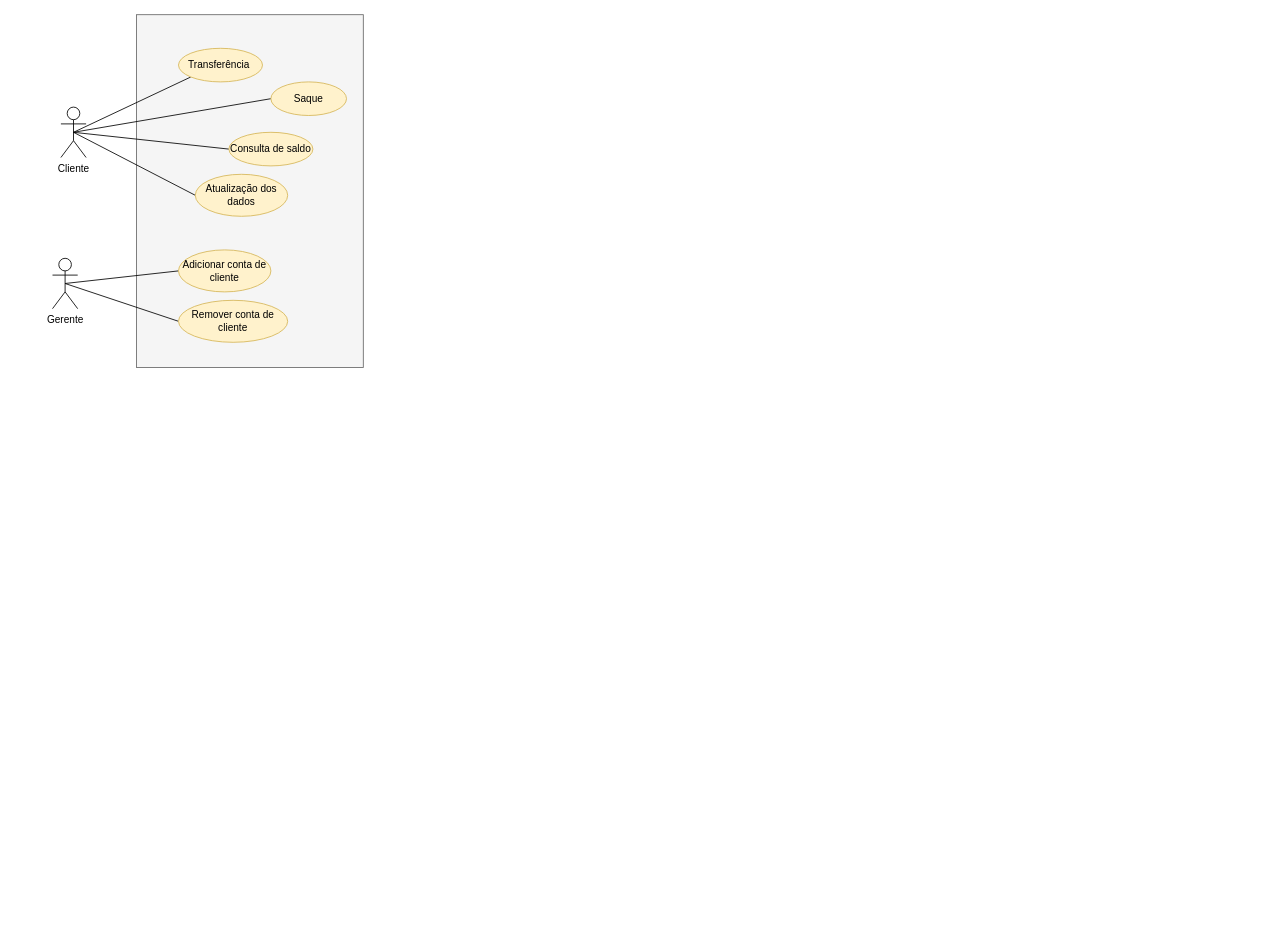
Arthurzinho02/Android keeps this draw.io diagram as Atividade_Thigas.drawio. Above is the earlier version. Source tidied: cells renumbered, new cells numbered last; positions are measured from the earlier drawing's top-left corner, leaving out a move shared by most shapes. Both pictures are drawn from the tidied source at 84%, with x=0, y=0 at pixel (52, 14).
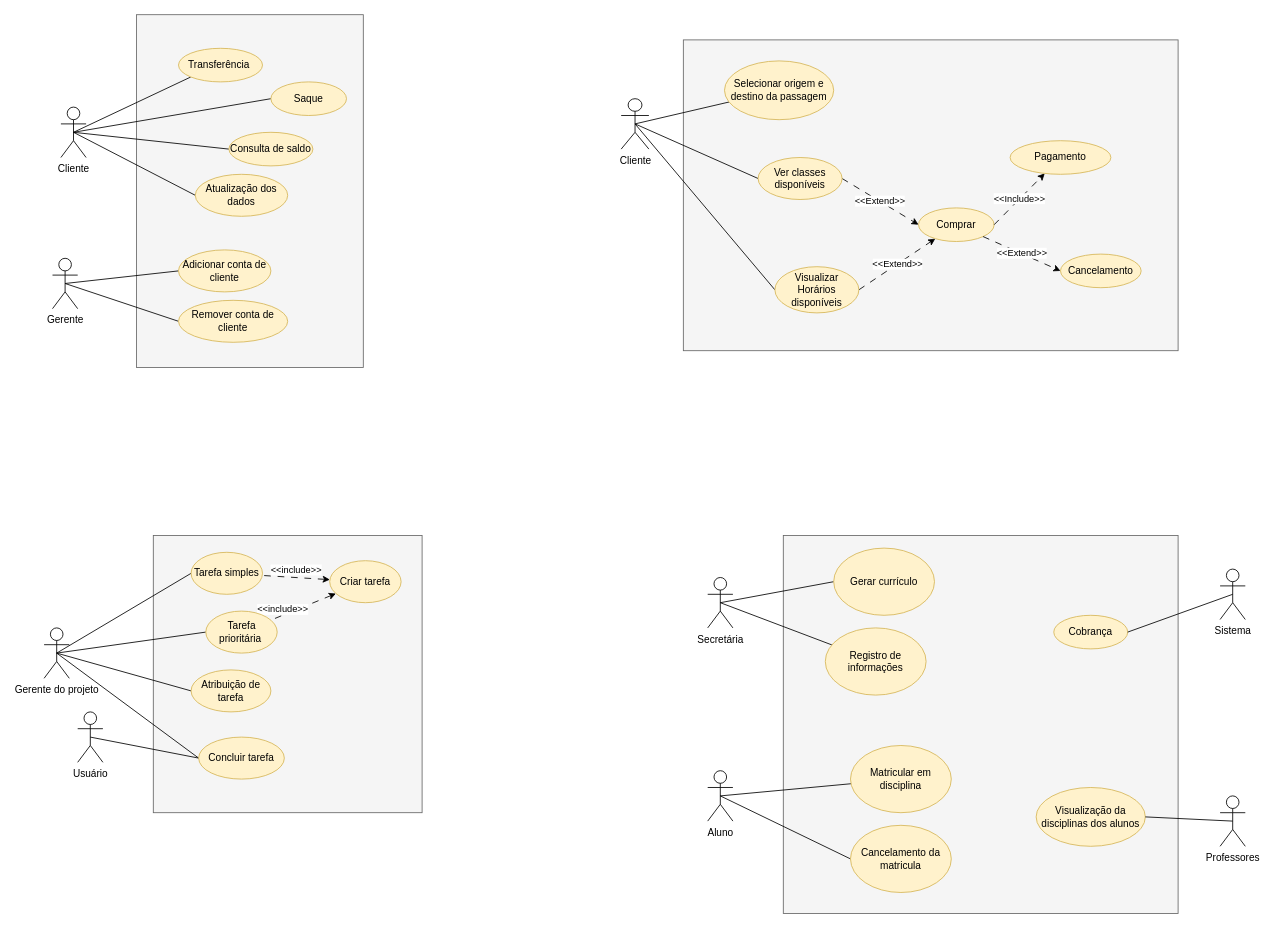
The same diagram, later.

What changed in the source:
```diff
@@
+    <mxCell id="17" style="rounded=0;whiteSpace=wrap;html=1;fillColor=#f5f5f5;fontColor=#333333;strokeColor=#666666;" parent="1" vertex="1">
+      <mxGeometry x="870" y="620" width="470" height="450" as="geometry" />
+    </mxCell>
@@
+    <mxCell id="18" style="rounded=0;whiteSpace=wrap;html=1;fillColor=#F5F5F5;fontColor=#333333;strokeColor=#666666;" parent="1" vertex="1">
+      <mxGeometry x="120" y="620" width="320" height="330" as="geometry" />
+    </mxCell>
+    <mxCell id="19" style="rounded=0;jettySize=auto;html=1;exitX=0.5;exitY=0.5;exitDx=0;exitDy=0;exitPerimeter=0;entryX=0;entryY=0.5;entryDx=0;entryDy=0;endArrow=none;endFill=0;" parent="1" edge="1" source="20" target="29">
+      <mxGeometry relative="1" as="geometry" />
+    </mxCell>
+    <mxCell id="20" value="Usuário" style="shape=umlActor;verticalLabelPosition=bottom;verticalAlign=top;html=1;outlineConnect=0;" parent="1" vertex="1">
+      <mxGeometry x="30" y="830" width="30" height="60" as="geometry" />
+    </mxCell>
+    <mxCell id="21" style="rounded=0;jettySize=auto;html=1;exitX=0.5;exitY=0.5;exitDx=0;exitDy=0;exitPerimeter=0;entryX=0;entryY=0.5;entryDx=0;entryDy=0;endArrow=none;endFill=0;" parent="1" edge="1" source="25" target="30">
+      <mxGeometry relative="1" as="geometry" />
+    </mxCell>
+    <mxCell id="22" style="rounded=0;jettySize=auto;html=1;exitX=0.5;exitY=0.5;exitDx=0;exitDy=0;exitPerimeter=0;entryX=0;entryY=0.5;entryDx=0;entryDy=0;endArrow=none;endFill=0;" parent="1" edge="1" source="25" target="29">
+      <mxGeometry relative="1" as="geometry" />
+    </mxCell>
+    <mxCell id="23" style="rounded=0;jettySize=auto;html=1;exitX=0.5;exitY=0.5;exitDx=0;exitDy=0;exitPerimeter=0;entryX=0;entryY=0.5;entryDx=0;entryDy=0;endArrow=none;endFill=0;" parent="1" edge="1" source="25" target="31">
+      <mxGeometry relative="1" as="geometry" />
+    </mxCell>
+    <mxCell id="24" style="rounded=0;jettySize=auto;html=1;exitX=0.5;exitY=0.5;exitDx=0;exitDy=0;exitPerimeter=0;entryX=0;entryY=0.5;entryDx=0;entryDy=0;endArrow=none;endFill=0;" parent="1" edge="1" source="25" target="32">
+      <mxGeometry relative="1" as="geometry" />
+    </mxCell>
+    <mxCell id="25" value="Gerente do projeto" style="shape=umlActor;verticalLabelPosition=bottom;verticalAlign=top;html=1;outlineConnect=0;" parent="1" vertex="1">
+      <mxGeometry x="-10" y="730" width="30" height="60" as="geometry" />
+    </mxCell>
+    <mxCell id="26" value="&amp;lt;&amp;lt;include&amp;gt;&amp;gt;" style="rounded=0;jettySize=auto;html=1;endArrow=none;endFill=0;labelPosition=center;verticalLabelPosition=top;align=center;verticalAlign=bottom;dashed=1;dashPattern=8 8;fillColor=#f5f5f5;strokeColor=#000000;startArrow=classic;startFill=1;" parent="1" edge="1" source="28" target="31">
+      <mxGeometry relative="1" as="geometry" />
+    </mxCell>
+    <mxCell id="27" value="&amp;lt;&amp;lt;include&amp;gt;&amp;gt;" style="rounded=0;jettySize=auto;html=1;endArrow=none;endFill=0;labelPosition=center;verticalLabelPosition=top;align=center;verticalAlign=bottom;dashed=1;dashPattern=8 8;startArrow=classic;startFill=1;" parent="1" edge="1" source="28" target="32">
+      <mxGeometry x="0.66" y="2" relative="1" as="geometry" />
+    </mxCell>
+    <mxCell id="28" value="Criar tarefa" style="ellipse;whiteSpace=wrap;html=1;fillColor=#fff2cc;strokeColor=#d6b656;" parent="1" vertex="1">
+      <mxGeometry x="330" y="650" width="85" height="50" as="geometry" />
+    </mxCell>
+    <mxCell id="29" value="Concluir tarefa" style="ellipse;whiteSpace=wrap;html=1;fillColor=#fff2cc;strokeColor=#d6b656;" parent="1" vertex="1">
+      <mxGeometry x="174" y="860" width="102" height="50" as="geometry" />
+    </mxCell>
+    <mxCell id="30" value="Atribuição de tarefa" style="ellipse;whiteSpace=wrap;html=1;fillColor=#fff2cc;strokeColor=#d6b656;" parent="1" vertex="1">
+      <mxGeometry x="165" y="780" width="95" height="50" as="geometry" />
+    </mxCell>
+    <mxCell id="31" value="Tarefa simples" style="ellipse;whiteSpace=wrap;html=1;fillColor=#fff2cc;strokeColor=#d6b656;" parent="1" vertex="1">
+      <mxGeometry x="165" y="640" width="85" height="50" as="geometry" />
+    </mxCell>
+    <mxCell id="32" value="Tarefa prioritária&amp;nbsp;" style="ellipse;whiteSpace=wrap;html=1;fillColor=#fff2cc;strokeColor=#d6b656;" parent="1" vertex="1">
+      <mxGeometry x="182.5" y="710" width="85" height="50" as="geometry" />
+    </mxCell>
+    <mxCell id="33" style="edgeStyle=orthogonalEdgeStyle;rounded=0;orthogonalLoop=1;jettySize=auto;html=1;exitX=0.5;exitY=1;exitDx=0;exitDy=0;" parent="1" edge="1" source="18" target="18">
+      <mxGeometry relative="1" as="geometry" />
+    </mxCell>
+    <mxCell id="34" style="rounded=0;whiteSpace=wrap;html=1;fillColor=#f5f5f5;fontColor=#333333;strokeColor=#666666;" parent="1" vertex="1">
+      <mxGeometry x="751" y="30" width="589" height="370" as="geometry" />
+    </mxCell>
+    <mxCell id="35" style="rounded=0;jettySize=auto;html=1;endArrow=none;endFill=0;exitX=0.5;exitY=0.5;exitDx=0;exitDy=0;exitPerimeter=0;" parent="1" edge="1" source="38" target="39">
+      <mxGeometry relative="1" as="geometry" />
+    </mxCell>
+    <mxCell id="36" style="rounded=0;jettySize=auto;html=1;exitX=0.5;exitY=0.5;exitDx=0;exitDy=0;exitPerimeter=0;entryX=0;entryY=0.5;entryDx=0;entryDy=0;endArrow=none;endFill=0;" parent="1" edge="1" source="38" target="41">
+      <mxGeometry relative="1" as="geometry" />
+    </mxCell>
+    <mxCell id="37" style="rounded=0;jettySize=auto;html=1;exitX=0.5;exitY=0.5;exitDx=0;exitDy=0;exitPerimeter=0;entryX=0;entryY=0.5;entryDx=0;entryDy=0;endArrow=none;endFill=0;" parent="1" edge="1" source="38" target="48">
+      <mxGeometry relative="1" as="geometry" />
+    </mxCell>
+    <mxCell id="38" value="Cliente" style="shape=umlActor;verticalLabelPosition=bottom;verticalAlign=top;html=1;outlineConnect=0;" parent="1" vertex="1">
+      <mxGeometry x="677" y="100" width="33" height="60" as="geometry" />
+    </mxCell>
+    <mxCell id="39" value="Selecionar origem e destino da passagem" style="ellipse;whiteSpace=wrap;html=1;fillColor=#fff2cc;strokeColor=#d6b656;" parent="1" vertex="1">
+      <mxGeometry x="800" y="55" width="130" height="70" as="geometry" />
+    </mxCell>
+    <mxCell id="40" value="&amp;lt;&amp;lt;Extend&amp;gt;&amp;gt;" style="rounded=0;jettySize=auto;html=1;exitX=1;exitY=0.5;exitDx=0;exitDy=0;dashed=1;dashPattern=8 8;" parent="1" edge="1" source="41" target="42">
+      <mxGeometry relative="1" as="geometry" />
+    </mxCell>
+    <mxCell id="41" value="Visualizar Horários disponíveis" style="ellipse;whiteSpace=wrap;html=1;fillColor=#fff2cc;strokeColor=#d6b656;" parent="1" vertex="1">
+      <mxGeometry x="860" y="300" width="100" height="55" as="geometry" />
+    </mxCell>
+    <mxCell id="42" value="Comprar" style="ellipse;whiteSpace=wrap;html=1;fillColor=#fff2cc;strokeColor=#d6b656;" parent="1" vertex="1">
+      <mxGeometry x="1031" y="230" width="90" height="40" as="geometry" />
+    </mxCell>
+    <mxCell id="43" value="&amp;lt;&amp;lt;Extend&amp;gt;&amp;gt;" style="rounded=0;jettySize=auto;html=1;exitX=1;exitY=1;exitDx=0;exitDy=0;entryX=0;entryY=0.5;entryDx=0;entryDy=0;dashed=1;dashPattern=8 8;" parent="1" edge="1" source="42" target="46">
+      <mxGeometry relative="1" as="geometry" />
+    </mxCell>
+    <mxCell id="44" value="&amp;lt;&amp;lt;Include&amp;gt;&amp;gt;" style="rounded=0;jettySize=auto;html=1;exitX=1;exitY=0.5;exitDx=0;exitDy=0;dashed=1;dashPattern=8 8;" parent="1" edge="1" source="42" target="45">
+      <mxGeometry relative="1" as="geometry" />
+    </mxCell>
+    <mxCell id="45" value="Pagamento" style="ellipse;whiteSpace=wrap;html=1;fillColor=#fff2cc;strokeColor=#d6b656;" parent="1" vertex="1">
+      <mxGeometry x="1140" y="150" width="120" height="40" as="geometry" />
+    </mxCell>
+    <mxCell id="46" value="Cancelamento" style="ellipse;whiteSpace=wrap;html=1;fillColor=#fff2cc;strokeColor=#d6b656;" parent="1" vertex="1">
+      <mxGeometry x="1200" y="285" width="96" height="40" as="geometry" />
+    </mxCell>
+    <mxCell id="47" value="&amp;lt;&amp;lt;Extend&amp;gt;&amp;gt;" style="rounded=0;jettySize=auto;html=1;exitX=1;exitY=0.5;exitDx=0;exitDy=0;entryX=0;entryY=0.5;entryDx=0;entryDy=0;dashed=1;dashPattern=8 8;" parent="1" edge="1" source="48" target="42">
+      <mxGeometry relative="1" as="geometry" />
+    </mxCell>
+    <mxCell id="48" value="Ver classes disponíveis" style="ellipse;whiteSpace=wrap;html=1;fillColor=#fff2cc;strokeColor=#d6b656;" parent="1" vertex="1">
+      <mxGeometry x="840" y="170" width="100" height="50" as="geometry" />
+    </mxCell>
+    <mxCell id="49" style="rounded=0;jettySize=auto;html=1;exitX=0.5;exitY=0.5;exitDx=0;exitDy=0;exitPerimeter=0;endArrow=none;endFill=0;" parent="1" edge="1" source="51" target="53">
+      <mxGeometry relative="1" as="geometry" />
+    </mxCell>
+    <mxCell id="50" style="rounded=0;jettySize=auto;html=1;exitX=0.5;exitY=0.5;exitDx=0;exitDy=0;exitPerimeter=0;entryX=0;entryY=0.5;entryDx=0;entryDy=0;endArrow=none;endFill=0;" parent="1" edge="1" source="51" target="52">
+      <mxGeometry relative="1" as="geometry" />
+    </mxCell>
+    <mxCell id="51" value="Secretária" style="shape=umlActor;verticalLabelPosition=bottom;verticalAlign=top;html=1;outlineConnect=0;" parent="1" vertex="1">
+      <mxGeometry x="780" y="670" width="30" height="60" as="geometry" />
+    </mxCell>
+    <mxCell id="52" value="Gerar currículo" style="ellipse;whiteSpace=wrap;html=1;fillColor=#fff2cc;strokeColor=#d6b656;" parent="1" vertex="1">
+      <mxGeometry x="930" y="635" width="120" height="80" as="geometry" />
+    </mxCell>
+    <mxCell id="53" value="Registro de informações" style="ellipse;whiteSpace=wrap;html=1;fillColor=#fff2cc;strokeColor=#d6b656;" parent="1" vertex="1">
+      <mxGeometry x="920" y="730" width="120" height="80" as="geometry" />
+    </mxCell>
+    <mxCell id="54" style="rounded=0;jettySize=auto;html=1;exitX=0.5;exitY=0.5;exitDx=0;exitDy=0;exitPerimeter=0;endArrow=none;endFill=0;" parent="1" edge="1" source="56" target="57">
+      <mxGeometry relative="1" as="geometry" />
+    </mxCell>
+    <mxCell id="55" style="rounded=0;jettySize=auto;html=1;exitX=0.5;exitY=0.5;exitDx=0;exitDy=0;exitPerimeter=0;entryX=0;entryY=0.5;entryDx=0;entryDy=0;endArrow=none;endFill=0;" parent="1" edge="1" source="56" target="58">
+      <mxGeometry relative="1" as="geometry" />
+    </mxCell>
+    <mxCell id="56" value="Aluno" style="shape=umlActor;verticalLabelPosition=bottom;verticalAlign=top;html=1;outlineConnect=0;" parent="1" vertex="1">
+      <mxGeometry x="780" y="900" width="30" height="60" as="geometry" />
+    </mxCell>
+    <mxCell id="57" value="Matricular em disciplina" style="ellipse;whiteSpace=wrap;html=1;fillColor=#fff2cc;strokeColor=#d6b656;" parent="1" vertex="1">
+      <mxGeometry x="950" y="870" width="120" height="80" as="geometry" />
+    </mxCell>
+    <mxCell id="58" value="Cancelamento da matricula" style="ellipse;whiteSpace=wrap;html=1;fillColor=#fff2cc;strokeColor=#d6b656;" parent="1" vertex="1">
+      <mxGeometry x="950" y="965" width="120" height="80" as="geometry" />
+    </mxCell>
+    <mxCell id="59" value="Sistema" style="shape=umlActor;verticalLabelPosition=bottom;verticalAlign=top;html=1;outlineConnect=0;" parent="1" vertex="1">
+      <mxGeometry x="1390" y="660" width="30" height="60" as="geometry" />
+    </mxCell>
+    <mxCell id="60" value="Cobrança" style="ellipse;whiteSpace=wrap;html=1;fillColor=#fff2cc;strokeColor=#d6b656;" parent="1" vertex="1">
+      <mxGeometry x="1192" y="715" width="88" height="40" as="geometry" />
+    </mxCell>
+    <mxCell id="61" value="Professores" style="shape=umlActor;verticalLabelPosition=bottom;verticalAlign=top;html=1;outlineConnect=0;" parent="1" vertex="1">
+      <mxGeometry x="1390" y="930" width="30" height="60" as="geometry" />
+    </mxCell>
+    <mxCell id="62" value="Visualização da disciplinas dos alunos" style="ellipse;whiteSpace=wrap;html=1;fillColor=#fff2cc;strokeColor=#d6b656;" parent="1" vertex="1">
+      <mxGeometry x="1171" y="920" width="130" height="70" as="geometry" />
+    </mxCell>
+    <mxCell id="63" style="rounded=0;jettySize=auto;html=1;exitX=1;exitY=0.5;exitDx=0;exitDy=0;entryX=0.5;entryY=0.5;entryDx=0;entryDy=0;entryPerimeter=0;endArrow=none;endFill=0;" parent="1" edge="1" source="60" target="59">
+      <mxGeometry relative="1" as="geometry" />
+    </mxCell>
+    <mxCell id="64" style="rounded=0;jettySize=auto;html=1;exitX=1;exitY=0.5;exitDx=0;exitDy=0;entryX=0.5;entryY=0.5;entryDx=0;entryDy=0;entryPerimeter=0;endArrow=none;endFill=0;" parent="1" edge="1" source="62" target="61">
+      <mxGeometry relative="1" as="geometry" />
+    </mxCell>
```
